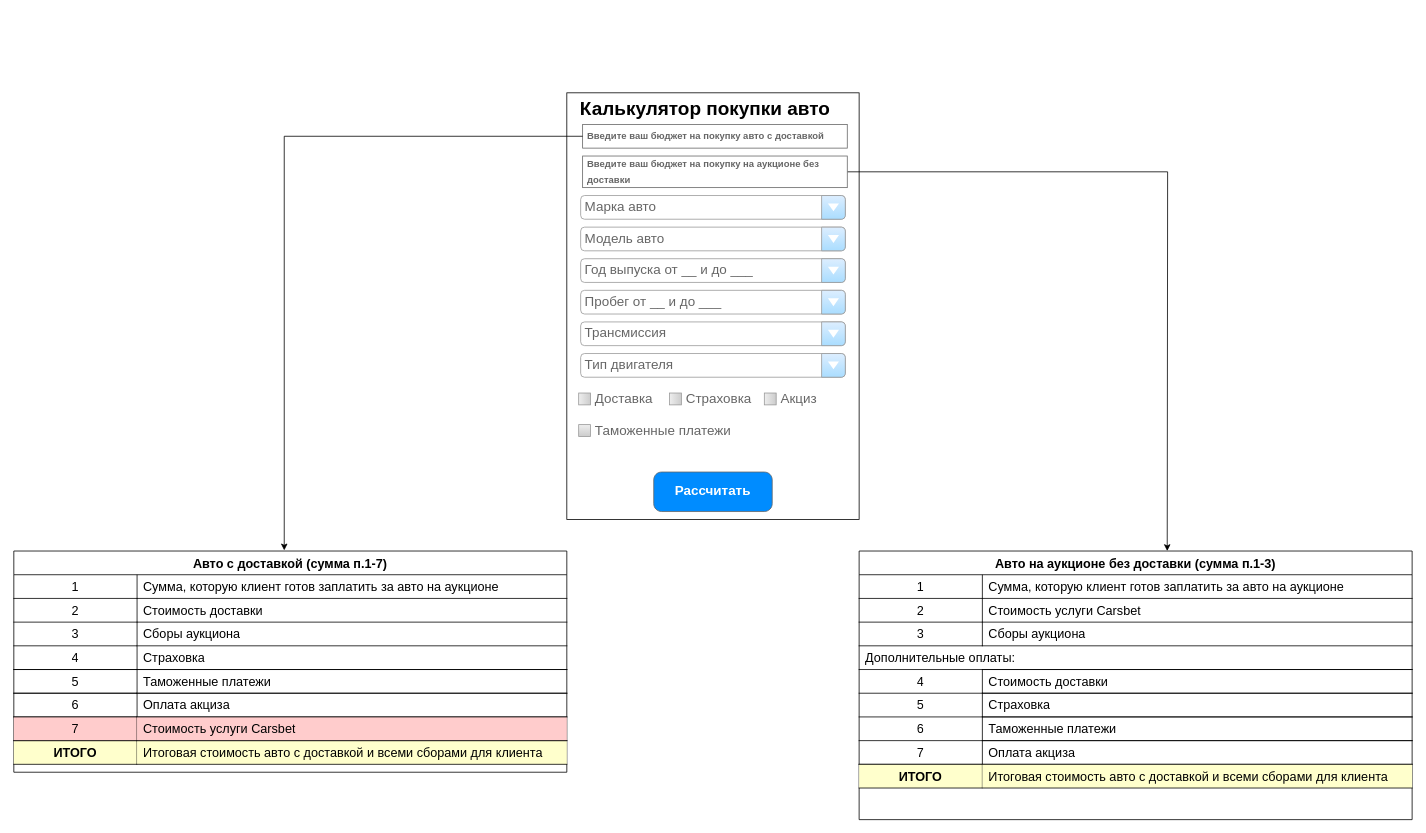
This is Untitled Diagram.drawio from SparklerSoft/Test_repository, a draw.io file, before an edit. Source tidied: cells renumbered, new cells numbered last; positions are measured from the earlier drawing's top-left corner, leaving out a move shared by most shapes. Both pictures are drawn from the tidied source at 79%, with x=0, y=0 at pixel (13, 92). Pictures stored in the file or linked from it are replaced by grey dashed boxes.
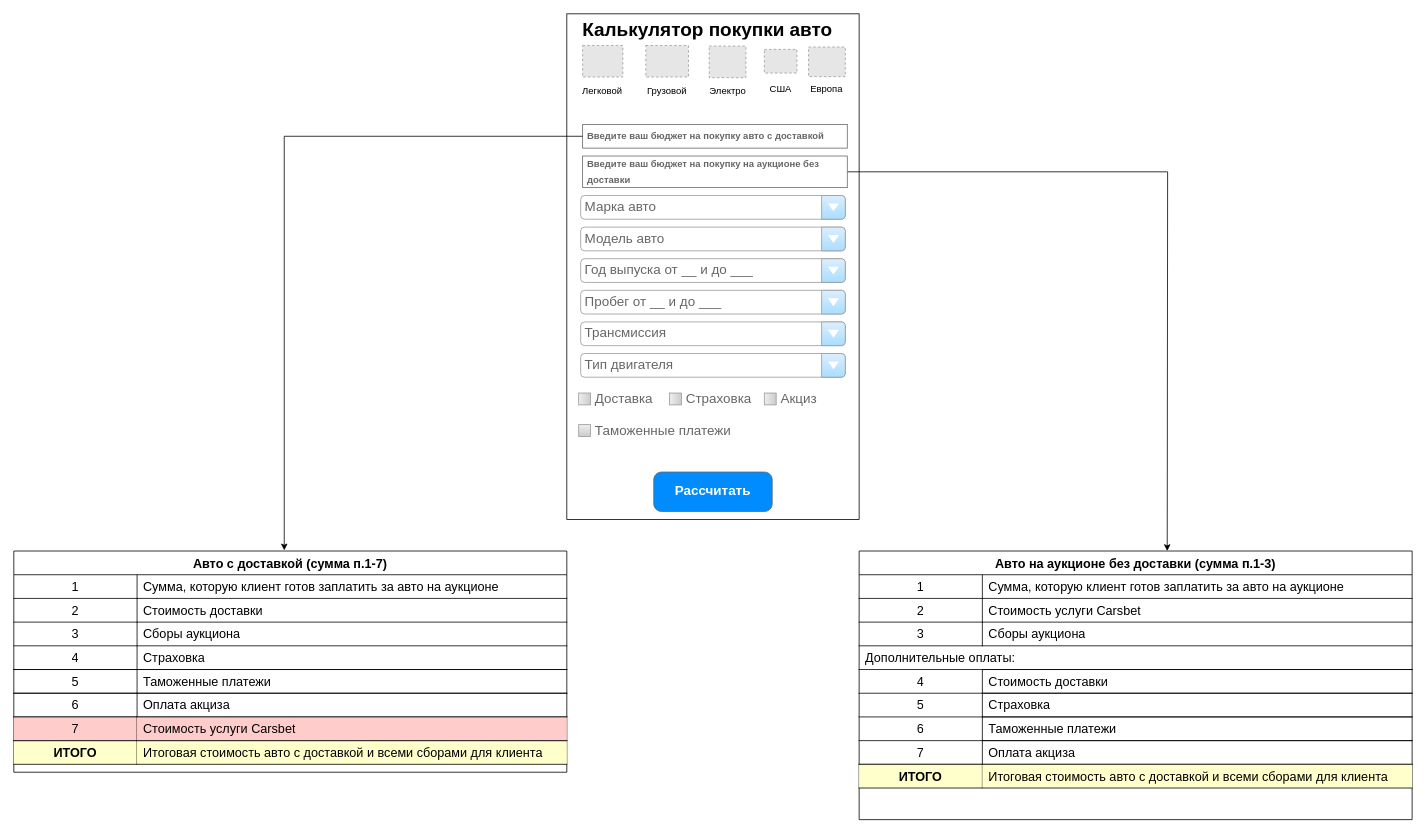
The same page after the edit.

Change to the diagram source:
```diff
@@
     <mxCell id="2" style="rounded=0;whiteSpace=wrap;html=1;" parent="1" vertex="1">
-      <mxGeometry x="700" width="370" height="540" as="geometry" />
+      <mxGeometry x="700" y="-100" width="370" height="640" as="geometry" />
     </mxCell>
     <mxCell id="3" value="&lt;h1 style=&quot;margin-top: 0px;&quot;&gt;Калькулятор покупки авто&lt;/h1&gt;" style="text;html=1;whiteSpace=wrap;overflow=hidden;rounded=0;" parent="1" vertex="1">
-      <mxGeometry x="715" width="340" height="40" as="geometry" />
+      <mxGeometry x="717.5" y="-100" width="340" height="30" as="geometry" />
     </mxCell>
@@
+    <mxCell id="60" style="fillColor=#E6E6E6;strokeColor=#999999;dashed=1;verticalLabelPosition=bottom;labelBackgroundColor=default;verticalAlign=top;" parent="1" vertex="1">
+      <mxGeometry x="720" y="-60" width="50.9" height="40" as="geometry" />
+    </mxCell>
+    <mxCell id="61" style="fillColor=#E6E6E6;strokeColor=#999999;dashed=1;verticalLabelPosition=bottom;labelBackgroundColor=default;verticalAlign=top;" parent="1" vertex="1">
+      <mxGeometry x="800" y="-60" width="54" height="40" as="geometry" />
+    </mxCell>
+    <mxCell id="62" style="fillColor=#E6E6E6;strokeColor=#999999;dashed=1;verticalLabelPosition=bottom;labelBackgroundColor=default;verticalAlign=top;" parent="1" vertex="1">
+      <mxGeometry x="950" y="-55" width="41.3" height="30" as="geometry" />
+    </mxCell>
+    <mxCell id="63" style="fillColor=#E6E6E6;strokeColor=#999999;dashed=1;verticalLabelPosition=bottom;labelBackgroundColor=default;verticalAlign=top;" parent="1" vertex="1">
+      <mxGeometry x="1006" y="-58" width="46.5" height="37.5" as="geometry" />
+    </mxCell>
+    <mxCell id="64" value="Легковой" style="text;html=1;align=center;verticalAlign=middle;whiteSpace=wrap;rounded=0;" parent="1" vertex="1">
+      <mxGeometry x="715" y="-17.5" width="60" height="30" as="geometry" />
+    </mxCell>
+    <mxCell id="65" value="Грузовой" style="text;html=1;align=center;verticalAlign=middle;whiteSpace=wrap;rounded=0;" parent="1" vertex="1">
+      <mxGeometry x="797" y="-17.5" width="60" height="30" as="geometry" />
+    </mxCell>
+    <mxCell id="66" value="Электро" style="text;html=1;align=center;verticalAlign=middle;whiteSpace=wrap;rounded=0;" parent="1" vertex="1">
+      <mxGeometry x="873.5" y="-17.5" width="60" height="30" as="geometry" />
+    </mxCell>
+    <mxCell id="67" value="США" style="text;html=1;align=center;verticalAlign=middle;whiteSpace=wrap;rounded=0;" parent="1" vertex="1">
+      <mxGeometry x="940.7" y="-20" width="60" height="30" as="geometry" />
+    </mxCell>
+    <mxCell id="68" value="Европа" style="text;html=1;align=center;verticalAlign=middle;whiteSpace=wrap;rounded=0;" parent="1" vertex="1">
+      <mxGeometry x="999.3" y="-20" width="60" height="30" as="geometry" />
+    </mxCell>
+    <mxCell id="69" style="fillColor=#E6E6E6;strokeColor=#999999;dashed=1;verticalLabelPosition=bottom;labelBackgroundColor=default;verticalAlign=top;" parent="1" vertex="1">
+      <mxGeometry x="880.2" y="-59.2" width="46.5" height="40" as="geometry" />
+    </mxCell>
```
